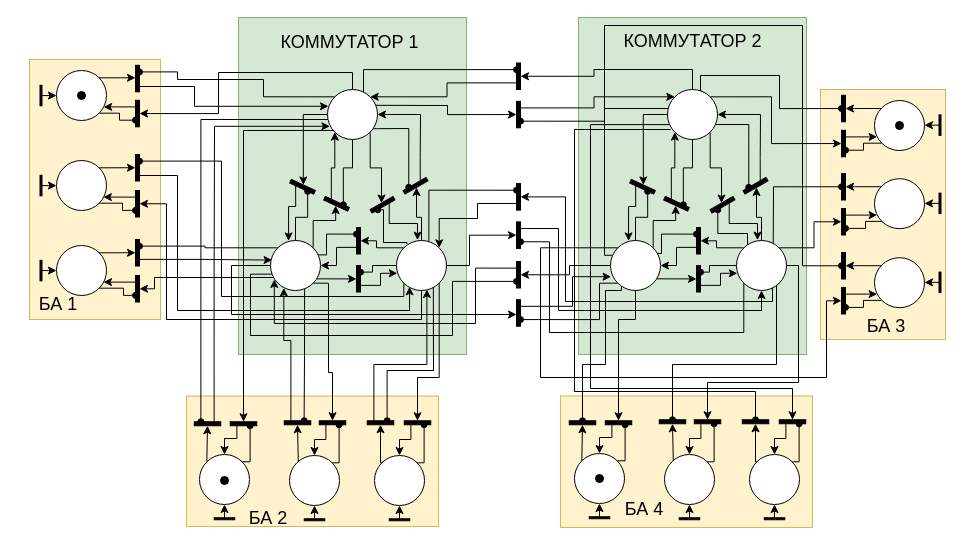
Before: page "начальная маркировка" (5 of 7) of logic.drawio in sadsackk/STP-ISS-analyzer, a draw.io diagram. Source tidied: cells renumbered, new cells numbered last; positions are measured from the earlier drawing's top-left corner, leaving out a move shared by most shapes. Both pictures are drawn from the tidied source at 100%, with x=0, y=0 at pixel (17, 17).
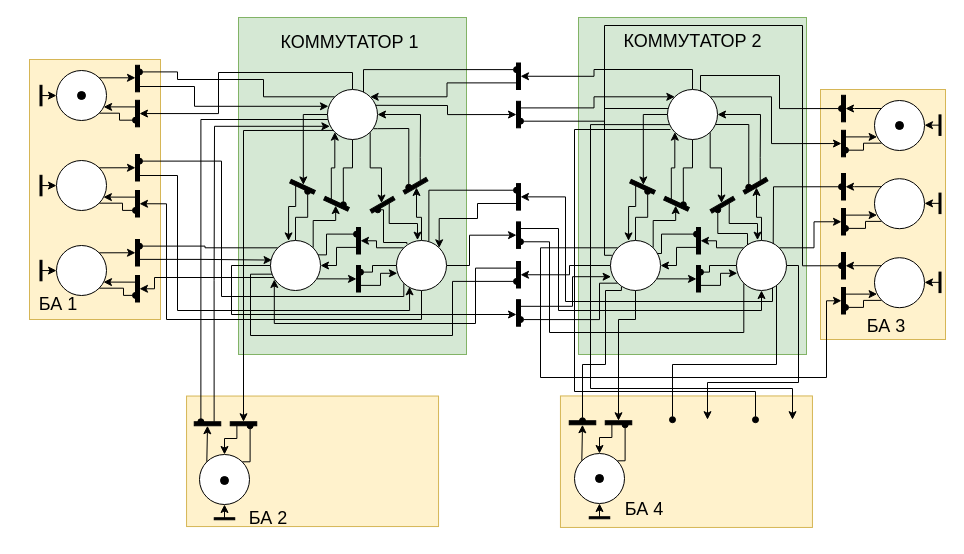
The same diagram, later.

The change refers to these unchanged cells:
```xml
<mxCell id="54" style="ellipse;whiteSpace=wrap;html=1;rotation=-90;" parent="1" vertex="1">
  <mxGeometry x="379" y="223" width="50" height="50" as="geometry" />
</mxCell>
<mxCell id="65" style="ellipse;whiteSpace=wrap;html=1;rotation=-90;" parent="1" vertex="1">
  <mxGeometry x="253" y="223" width="50" height="50" as="geometry" />
</mxCell>
<mxCell id="94" style="ellipse;whiteSpace=wrap;html=1;rotation=-90;" parent="1" vertex="1">
  <mxGeometry x="650" y="72" width="50" height="50" as="geometry" />
</mxCell>
<mxCell id="106" style="ellipse;whiteSpace=wrap;html=1;rotation=-90;" parent="1" vertex="1">
  <mxGeometry x="719" y="223" width="50" height="50" as="geometry" />
</mxCell>
```

Change to the diagram source:
```diff
@@
-    <mxCell id="47" style="edgeStyle=orthogonalEdgeStyle;rounded=0;jettySize=auto;html=1;exitX=0;exitY=1;exitDx=0;exitDy=0;entryX=1;entryY=0.5;entryDx=0;entryDy=0;fontSize=18;endArrow=classic;endFill=1;" parent="1" edge="1" source="54" target="156">
-      <mxGeometry relative="1" as="geometry">
-        <Array as="points">
-          <mxPoint x="422" y="360" />
-          <mxPoint x="400" y="360" />
-        </Array>
-      </mxGeometry>
-    </mxCell>
@@
-    <mxCell id="51" style="edgeStyle=orthogonalEdgeStyle;rounded=0;jettySize=auto;html=1;exitX=0.074;exitY=0.735;exitDx=0;exitDy=0;entryX=1;entryY=0.75;entryDx=0;entryDy=0;endArrow=oval;endFill=1;exitPerimeter=0;" parent="1" edge="1" source="54" target="157">
-      <mxGeometry relative="1" as="geometry">
-        <Array as="points">
-          <mxPoint x="416" y="266" />
-          <mxPoint x="416" y="266" />
-          <mxPoint x="416" y="353" />
-          <mxPoint x="370" y="353" />
-        </Array>
-      </mxGeometry>
-    </mxCell>
@@
-    <mxCell id="58" style="edgeStyle=orthogonalEdgeStyle;rounded=0;jettySize=auto;html=1;exitX=0;exitY=1;exitDx=0;exitDy=0;entryX=1;entryY=0.5;entryDx=0;entryDy=0;fontSize=18;endArrow=classic;endFill=1;" parent="1" edge="1" source="65" target="160">
-      <mxGeometry relative="1" as="geometry">
-        <Array as="points">
-          <mxPoint x="311" y="266" />
-          <mxPoint x="311" y="355" />
-          <mxPoint x="315" y="355" />
-        </Array>
-      </mxGeometry>
-    </mxCell>
@@
-    <mxCell id="62" style="edgeStyle=orthogonalEdgeStyle;rounded=0;jettySize=auto;html=1;exitX=0.032;exitY=0.681;exitDx=0;exitDy=0;entryX=1;entryY=0.75;entryDx=0;entryDy=0;endArrow=oval;endFill=1;exitPerimeter=0;" parent="1" edge="1" source="65" target="161">
-      <mxGeometry relative="1" as="geometry">
-        <Array as="points">
-          <mxPoint x="287" y="273" />
-          <mxPoint x="287" y="338" />
-          <mxPoint x="287" y="338" />
-        </Array>
-      </mxGeometry>
-    </mxCell>
@@
-    <mxCell id="87" style="edgeStyle=orthogonalEdgeStyle;rounded=0;jettySize=auto;html=1;exitX=0.298;exitY=0.041;exitDx=0;exitDy=0;entryX=1;entryY=0.5;entryDx=0;entryDy=0;fontSize=18;endArrow=classic;endFill=1;exitPerimeter=0;" parent="1" edge="1" source="94" target="206">
+    <mxCell id="87" style="edgeStyle=orthogonalEdgeStyle;rounded=0;jettySize=auto;html=1;exitX=0.298;exitY=0.041;exitDx=0;exitDy=0;entryX=1;entryY=0.5;entryDx=0;entryDy=0;fontSize=18;endArrow=classic;endFill=1;exitPerimeter=0;" parent="1" edge="1" source="94">
       <mxGeometry relative="1" as="geometry">
+        <mxPoint x="775" y="402.2" as="targetPoint" />
         <Array as="points">
           <mxPoint x="573" y="107" />
           <mxPoint x="573" y="371" />
           <mxPoint x="775" y="371" />
         </Array>
       </mxGeometry>
     </mxCell>
@@
-    <mxCell id="92" style="edgeStyle=orthogonalEdgeStyle;rounded=0;jettySize=auto;html=1;exitX=0.2;exitY=0.06;exitDx=0;exitDy=0;entryX=1;entryY=0.5;entryDx=0;entryDy=0;endArrow=oval;endFill=1;exitPerimeter=0;" parent="1" edge="1" source="94" target="207">
+    <mxCell id="92" style="edgeStyle=orthogonalEdgeStyle;rounded=0;jettySize=auto;html=1;exitX=0.2;exitY=0.06;exitDx=0;exitDy=0;entryX=1;entryY=0.5;entryDx=0;entryDy=0;endArrow=oval;endFill=1;exitPerimeter=0;" parent="1" edge="1" source="94">
       <mxGeometry relative="1" as="geometry">
+        <mxPoint x="738" y="402.2" as="targetPoint" />
         <Array as="points">
           <mxPoint x="557" y="112" />
           <mxPoint x="557" y="374" />
           <mxPoint x="738" y="374" />
         </Array>
       </mxGeometry>
     </mxCell>
@@
-    <mxCell id="99" style="edgeStyle=orthogonalEdgeStyle;rounded=0;jettySize=auto;html=1;exitX=0.5;exitY=1;exitDx=0;exitDy=0;entryX=1;entryY=0.5;entryDx=0;entryDy=0;fontSize=18;endArrow=classic;endFill=1;" parent="1" edge="1" source="106" target="210">
+    <mxCell id="99" style="edgeStyle=orthogonalEdgeStyle;rounded=0;jettySize=auto;html=1;exitX=0.5;exitY=1;exitDx=0;exitDy=0;entryX=1;entryY=0.5;entryDx=0;entryDy=0;fontSize=18;endArrow=classic;endFill=1;" parent="1" edge="1" source="106">
       <mxGeometry relative="1" as="geometry">
+        <mxPoint x="690" y="402.2" as="targetPoint" />
         <Array as="points">
           <mxPoint x="781" y="248" />
           <mxPoint x="781" y="365" />
           <mxPoint x="690" y="365" />
         </Array>
       </mxGeometry>
     </mxCell>
@@
-    <mxCell id="102" style="edgeStyle=orthogonalEdgeStyle;rounded=0;jettySize=auto;html=1;exitX=0;exitY=1;exitDx=0;exitDy=0;entryX=1;entryY=0.5;entryDx=0;entryDy=0;endArrow=oval;endFill=1;" parent="1" edge="1" source="106" target="211">
+    <mxCell id="102" style="edgeStyle=orthogonalEdgeStyle;rounded=0;jettySize=auto;html=1;exitX=0;exitY=1;exitDx=0;exitDy=0;entryX=1;entryY=0.5;entryDx=0;entryDy=0;endArrow=oval;endFill=1;" parent="1" edge="1" source="106">
       <mxGeometry relative="1" as="geometry">
+        <mxPoint x="655" y="402.2" as="targetPoint" />
         <Array as="points">
           <mxPoint x="759" y="266" />
           <mxPoint x="759" y="347" />
           <mxPoint x="655" y="347" />
         </Array>
       </mxGeometry>
     </mxCell>
@@
-    <mxCell id="146" style="edgeStyle=orthogonalEdgeStyle;rounded=0;jettySize=auto;html=1;exitX=1;exitY=0.25;exitDx=0;exitDy=0;entryX=0.02;entryY=0.608;entryDx=0;entryDy=0;entryPerimeter=0;fontSize=18;endArrow=classic;endFill=1;" parent="1" edge="1" source="157" target="54">
-      <mxGeometry relative="1" as="geometry">
-        <Array as="points">
-          <mxPoint x="356" y="347" />
-          <mxPoint x="409" y="347" />
-          <mxPoint x="409" y="272" />
-        </Array>
-      </mxGeometry>
-    </mxCell>
-    <mxCell id="147" style="edgeStyle=orthogonalEdgeStyle;rounded=0;jettySize=auto;html=1;exitX=1;exitY=0.25;exitDx=0;exitDy=0;entryX=0.052;entryY=0.267;entryDx=0;entryDy=0;fontSize=18;endArrow=classic;endFill=1;entryPerimeter=0;" parent="1" edge="1" source="161" target="65">
-      <mxGeometry relative="1" as="geometry">
-        <Array as="points">
-          <mxPoint x="273" y="323" />
-          <mxPoint x="266" y="323" />
-          <mxPoint x="266" y="270" />
-        </Array>
-      </mxGeometry>
-    </mxCell>
@@
-    <mxCell id="150" style="edgeStyle=orthogonalEdgeStyle;rounded=0;jettySize=auto;html=1;exitX=1;exitY=1;exitDx=0;exitDy=0;entryX=0;entryY=0.75;entryDx=0;entryDy=0;endArrow=oval;endFill=1;" parent="1" edge="1" source="151" target="160">
-      <mxGeometry relative="1" as="geometry" />
-    </mxCell>
-    <mxCell id="151" style="ellipse;whiteSpace=wrap;html=1;rotation=-90;" parent="1" vertex="1">
-      <mxGeometry x="272" y="438" width="50" height="50" as="geometry" />
-    </mxCell>
-    <mxCell id="152" style="edgeStyle=orthogonalEdgeStyle;rounded=0;jettySize=auto;html=1;exitX=1;exitY=1;exitDx=0;exitDy=0;entryX=0;entryY=0.75;entryDx=0;entryDy=0;endArrow=oval;endFill=1;" parent="1" edge="1" source="153" target="156">
-      <mxGeometry relative="1" as="geometry" />
-    </mxCell>
-    <mxCell id="153" style="ellipse;whiteSpace=wrap;html=1;rotation=-90;" parent="1" vertex="1">
-      <mxGeometry x="357" y="438" width="50" height="50" as="geometry" />
-    </mxCell>
@@
-    <mxCell id="155" style="edgeStyle=orthogonalEdgeStyle;rounded=0;jettySize=auto;html=1;exitX=0;exitY=0.25;exitDx=0;exitDy=0;entryX=1;entryY=0.5;entryDx=0;entryDy=0;fontSize=18;endArrow=classic;endFill=1;" parent="1" edge="1" source="156" target="153">
-      <mxGeometry relative="1" as="geometry">
-        <Array as="points">
-          <mxPoint x="393" y="422" />
-          <mxPoint x="382" y="422" />
-        </Array>
-      </mxGeometry>
-    </mxCell>
-    <mxCell id="156" style="rounded=0;whiteSpace=wrap;html=1;fontSize=18;strokeColor=#000000;fillColor=#000000;rotation=-90;" parent="1" vertex="1">
-      <mxGeometry x="398" y="392" width="4" height="26.5" as="geometry" />
-    </mxCell>
-    <mxCell id="157" style="rounded=0;whiteSpace=wrap;html=1;fontSize=18;strokeColor=#000000;fillColor=#000000;rotation=-90;" parent="1" vertex="1">
-      <mxGeometry x="361" y="392" width="4" height="26.5" as="geometry" />
-    </mxCell>
-    <mxCell id="158" style="edgeStyle=orthogonalEdgeStyle;rounded=0;jettySize=auto;html=1;exitX=1;exitY=0;exitDx=0;exitDy=0;entryX=0;entryY=0.5;entryDx=0;entryDy=0;fontSize=18;" parent="1" edge="1" source="153" target="157">
-      <mxGeometry relative="1" as="geometry" />
-    </mxCell>
-    <mxCell id="159" style="edgeStyle=orthogonalEdgeStyle;rounded=0;jettySize=auto;html=1;exitX=0;exitY=0.25;exitDx=0;exitDy=0;entryX=1;entryY=0.5;entryDx=0;entryDy=0;fontSize=18;endArrow=classic;endFill=1;" parent="1" edge="1" source="160" target="151">
-      <mxGeometry relative="1" as="geometry">
-        <Array as="points">
-          <mxPoint x="308" y="422" />
-          <mxPoint x="297" y="422" />
-        </Array>
-      </mxGeometry>
-    </mxCell>
-    <mxCell id="160" style="rounded=0;whiteSpace=wrap;html=1;fontSize=18;strokeColor=#000000;fillColor=#000000;rotation=-90;" parent="1" vertex="1">
-      <mxGeometry x="313" y="392" width="4" height="26.5" as="geometry" />
-    </mxCell>
-    <mxCell id="161" style="rounded=0;whiteSpace=wrap;html=1;fontSize=18;strokeColor=#000000;fillColor=#000000;rotation=-90;" parent="1" vertex="1">
-      <mxGeometry x="278" y="392" width="4" height="26.5" as="geometry" />
-    </mxCell>
-    <mxCell id="162" style="edgeStyle=orthogonalEdgeStyle;rounded=0;jettySize=auto;html=1;exitX=0.876;exitY=0.176;exitDx=0;exitDy=0;entryX=0;entryY=0.5;entryDx=0;entryDy=0;fontSize=18;exitPerimeter=0;" parent="1" edge="1" source="151" target="161">
-      <mxGeometry relative="1" as="geometry" />
-    </mxCell>
@@
-    <mxCell id="167" style="edgeStyle=orthogonalEdgeStyle;rounded=0;jettySize=auto;html=1;exitX=1;exitY=0.5;exitDx=0;exitDy=0;entryX=0;entryY=0.5;entryDx=0;entryDy=0;fontSize=18;endArrow=classic;endFill=1;" parent="1" edge="1" source="168" target="153">
-      <mxGeometry relative="1" as="geometry" />
-    </mxCell>
-    <mxCell id="168" style="rounded=0;whiteSpace=wrap;html=1;fontSize=18;strokeColor=#000000;fillColor=#000000;rotation=-90;" parent="1" vertex="1">
-      <mxGeometry x="381" y="492" width="2" height="20.5" as="geometry" />
-    </mxCell>
-    <mxCell id="169" style="edgeStyle=orthogonalEdgeStyle;rounded=0;jettySize=auto;html=1;exitX=1;exitY=0.5;exitDx=0;exitDy=0;entryX=0;entryY=0.5;entryDx=0;entryDy=0;fontSize=18;endArrow=classic;endFill=1;" parent="1" edge="1" source="170">
-      <mxGeometry relative="1" as="geometry">
-        <mxPoint x="297" y="488" as="targetPoint" />
-      </mxGeometry>
-    </mxCell>
-    <mxCell id="170" style="rounded=0;whiteSpace=wrap;html=1;fontSize=18;strokeColor=#000000;fillColor=#000000;rotation=-90;" parent="1" vertex="1">
-      <mxGeometry x="296" y="492" width="2" height="20.5" as="geometry" />
-    </mxCell>
@@
-    <mxCell id="200" style="edgeStyle=orthogonalEdgeStyle;rounded=0;jettySize=auto;html=1;exitX=1;exitY=1;exitDx=0;exitDy=0;entryX=0;entryY=0.75;entryDx=0;entryDy=0;endArrow=oval;endFill=1;" parent="1" edge="1" source="201" target="210">
-      <mxGeometry relative="1" as="geometry" />
-    </mxCell>
-    <mxCell id="201" style="ellipse;whiteSpace=wrap;html=1;rotation=-90;" parent="1" vertex="1">
-      <mxGeometry x="647" y="437" width="50" height="50" as="geometry" />
-    </mxCell>
-    <mxCell id="202" style="edgeStyle=orthogonalEdgeStyle;rounded=0;jettySize=auto;html=1;exitX=1;exitY=1;exitDx=0;exitDy=0;entryX=0;entryY=0.75;entryDx=0;entryDy=0;endArrow=oval;endFill=1;" parent="1" edge="1" source="203" target="206">
-      <mxGeometry relative="1" as="geometry" />
-    </mxCell>
-    <mxCell id="203" style="ellipse;whiteSpace=wrap;html=1;rotation=-90;" parent="1" vertex="1">
-      <mxGeometry x="732" y="437" width="50" height="50" as="geometry" />
-    </mxCell>
@@
-    <mxCell id="205" style="edgeStyle=orthogonalEdgeStyle;rounded=0;jettySize=auto;html=1;exitX=0;exitY=0.25;exitDx=0;exitDy=0;entryX=1;entryY=0.5;entryDx=0;entryDy=0;fontSize=18;endArrow=classic;endFill=1;" parent="1" edge="1" source="206" target="203">
-      <mxGeometry relative="1" as="geometry">
-        <Array as="points">
-          <mxPoint x="768" y="421" />
-          <mxPoint x="757" y="421" />
-        </Array>
-      </mxGeometry>
-    </mxCell>
-    <mxCell id="206" style="rounded=0;whiteSpace=wrap;html=1;fontSize=18;strokeColor=#000000;fillColor=#000000;rotation=-90;" parent="1" vertex="1">
-      <mxGeometry x="773" y="391" width="4" height="26.5" as="geometry" />
-    </mxCell>
-    <mxCell id="207" style="rounded=0;whiteSpace=wrap;html=1;fontSize=18;strokeColor=#000000;fillColor=#000000;rotation=-90;" parent="1" vertex="1">
-      <mxGeometry x="736" y="391" width="4" height="26.5" as="geometry" />
-    </mxCell>
-    <mxCell id="208" style="edgeStyle=orthogonalEdgeStyle;rounded=0;jettySize=auto;html=1;exitX=1;exitY=0;exitDx=0;exitDy=0;entryX=0;entryY=0.5;entryDx=0;entryDy=0;fontSize=18;" parent="1" edge="1" source="203" target="207">
-      <mxGeometry relative="1" as="geometry" />
-    </mxCell>
-    <mxCell id="209" style="edgeStyle=orthogonalEdgeStyle;rounded=0;jettySize=auto;html=1;exitX=0;exitY=0.25;exitDx=0;exitDy=0;entryX=1;entryY=0.5;entryDx=0;entryDy=0;fontSize=18;endArrow=classic;endFill=1;" parent="1" edge="1" source="210" target="201">
-      <mxGeometry relative="1" as="geometry">
-        <Array as="points">
-          <mxPoint x="683" y="421" />
-          <mxPoint x="672" y="421" />
-        </Array>
-      </mxGeometry>
-    </mxCell>
-    <mxCell id="210" style="rounded=0;whiteSpace=wrap;html=1;fontSize=18;strokeColor=#000000;fillColor=#000000;rotation=-90;" parent="1" vertex="1">
-      <mxGeometry x="688" y="391" width="4" height="26.5" as="geometry" />
-    </mxCell>
-    <mxCell id="211" style="rounded=0;whiteSpace=wrap;html=1;fontSize=18;strokeColor=#000000;fillColor=#000000;rotation=-90;" parent="1" vertex="1">
-      <mxGeometry x="653" y="391" width="4" height="26.5" as="geometry" />
-    </mxCell>
-    <mxCell id="212" style="edgeStyle=orthogonalEdgeStyle;rounded=0;jettySize=auto;html=1;exitX=0.876;exitY=0.176;exitDx=0;exitDy=0;entryX=0;entryY=0.5;entryDx=0;entryDy=0;fontSize=18;exitPerimeter=0;" parent="1" edge="1" source="201" target="211">
-      <mxGeometry relative="1" as="geometry" />
-    </mxCell>
@@
-    <mxCell id="217" style="edgeStyle=orthogonalEdgeStyle;rounded=0;jettySize=auto;html=1;exitX=1;exitY=0.5;exitDx=0;exitDy=0;entryX=0;entryY=0.5;entryDx=0;entryDy=0;fontSize=18;endArrow=classic;endFill=1;" parent="1" edge="1" source="218" target="203">
-      <mxGeometry relative="1" as="geometry" />
-    </mxCell>
-    <mxCell id="218" style="rounded=0;whiteSpace=wrap;html=1;fontSize=18;strokeColor=#000000;fillColor=#000000;rotation=-90;" parent="1" vertex="1">
-      <mxGeometry x="756" y="491" width="2" height="20.5" as="geometry" />
-    </mxCell>
-    <mxCell id="219" style="edgeStyle=orthogonalEdgeStyle;rounded=0;jettySize=auto;html=1;exitX=1;exitY=0.5;exitDx=0;exitDy=0;entryX=0;entryY=0.5;entryDx=0;entryDy=0;fontSize=18;endArrow=classic;endFill=1;" parent="1" edge="1" source="220">
-      <mxGeometry relative="1" as="geometry">
-        <mxPoint x="672" y="487" as="targetPoint" />
-      </mxGeometry>
-    </mxCell>
-    <mxCell id="220" style="rounded=0;whiteSpace=wrap;html=1;fontSize=18;strokeColor=#000000;fillColor=#000000;rotation=-90;" parent="1" vertex="1">
-      <mxGeometry x="671" y="491" width="2" height="20.5" as="geometry" />
-    </mxCell>
```
